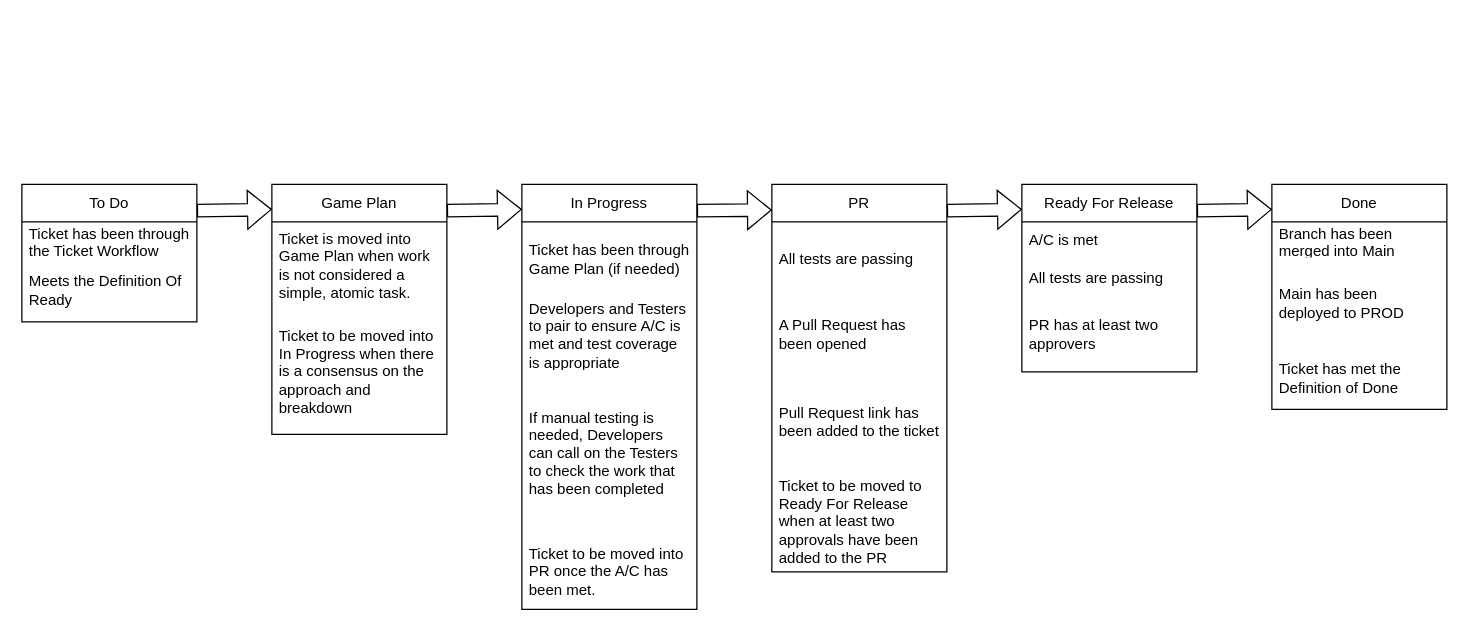
Earlier version of the draw.io diagram Untitled Diagram.drawio (EmmaHawkins/test_flows). Source tidied: cells renumbered, new cells numbered last; positions are measured from the earlier drawing's top-left corner, leaving out a move shared by most shapes. Both pictures are drawn from the tidied source at 125%, with x=0, y=0 at pixel (21, 184).
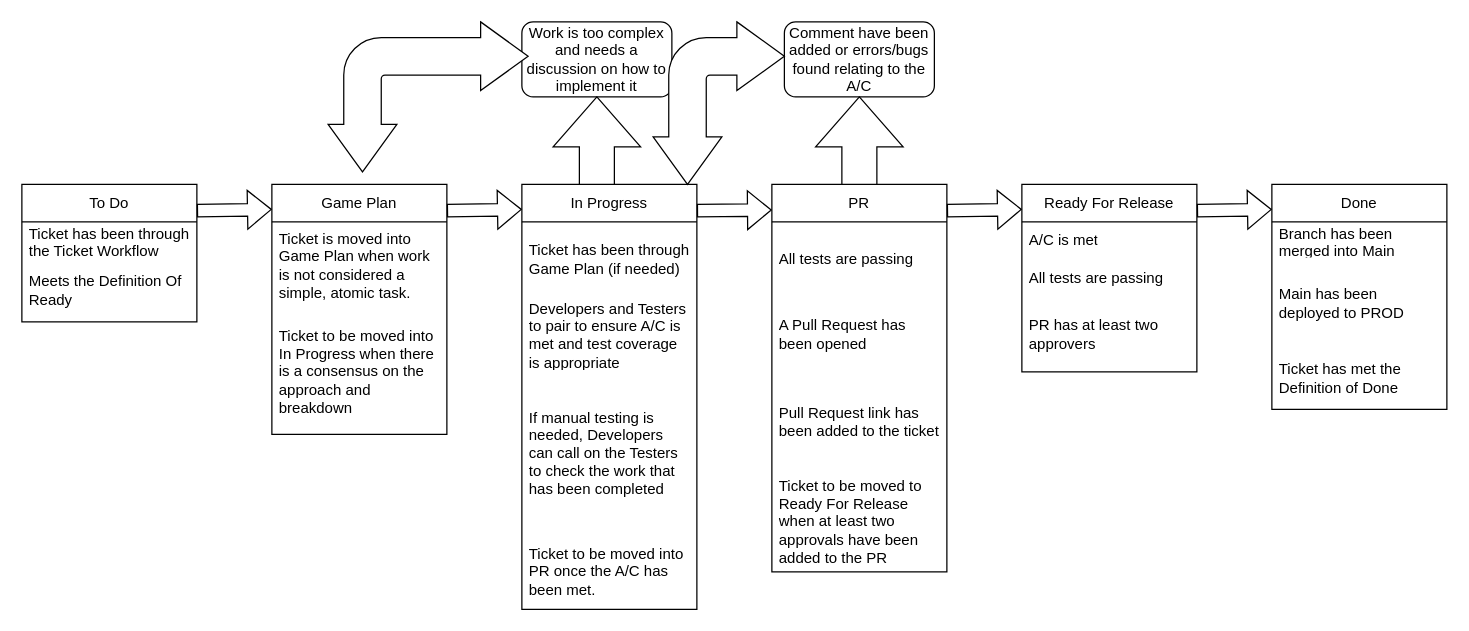
After the change.

Change to the diagram source:
```diff
@@
+    <mxCell id="31" value="Work is too complex and needs a discussion on how to implement it" style="rounded=1;whiteSpace=wrap;html=1;" parent="1" vertex="1">
+      <mxGeometry x="400" y="-130" width="120" height="60" as="geometry" />
+    </mxCell>
+    <mxCell id="32" style="html=1;shadow=0;dashed=0;align=center;verticalAlign=middle;shape=mxgraph.arrows2.bendDoubleArrow;dy=15;dx=38;arrowHead=55;rounded=1;" parent="1" vertex="1">
+      <mxGeometry x="245" y="-130" width="160" height="120" as="geometry" />
+    </mxCell>
+    <mxCell id="33" style="html=1;shadow=0;dashed=0;align=center;verticalAlign=middle;shape=mxgraph.arrows2.arrow;dy=0.6;dx=40;direction=north;notch=0;" parent="1" vertex="1">
+      <mxGeometry x="425" y="-70" width="70" height="70" as="geometry" />
+    </mxCell>
+    <mxCell id="34" value="Comment have been added or errors/bugs found relating to the A/C" style="rounded=1;whiteSpace=wrap;html=1;" parent="1" vertex="1">
+      <mxGeometry x="610" y="-130" width="120" height="60" as="geometry" />
+    </mxCell>
+    <mxCell id="35" style="html=1;shadow=0;dashed=0;align=center;verticalAlign=middle;shape=mxgraph.arrows2.arrow;dy=0.6;dx=40;direction=north;notch=0;" parent="1" vertex="1">
+      <mxGeometry x="635" y="-70" width="70" height="70" as="geometry" />
+    </mxCell>
+    <mxCell id="36" style="html=1;shadow=0;dashed=0;align=center;verticalAlign=middle;shape=mxgraph.arrows2.bendDoubleArrow;dy=15;dx=38;arrowHead=55;rounded=1;" parent="1" vertex="1">
+      <mxGeometry x="505" y="-130" width="105" height="130" as="geometry" />
+    </mxCell>
```
